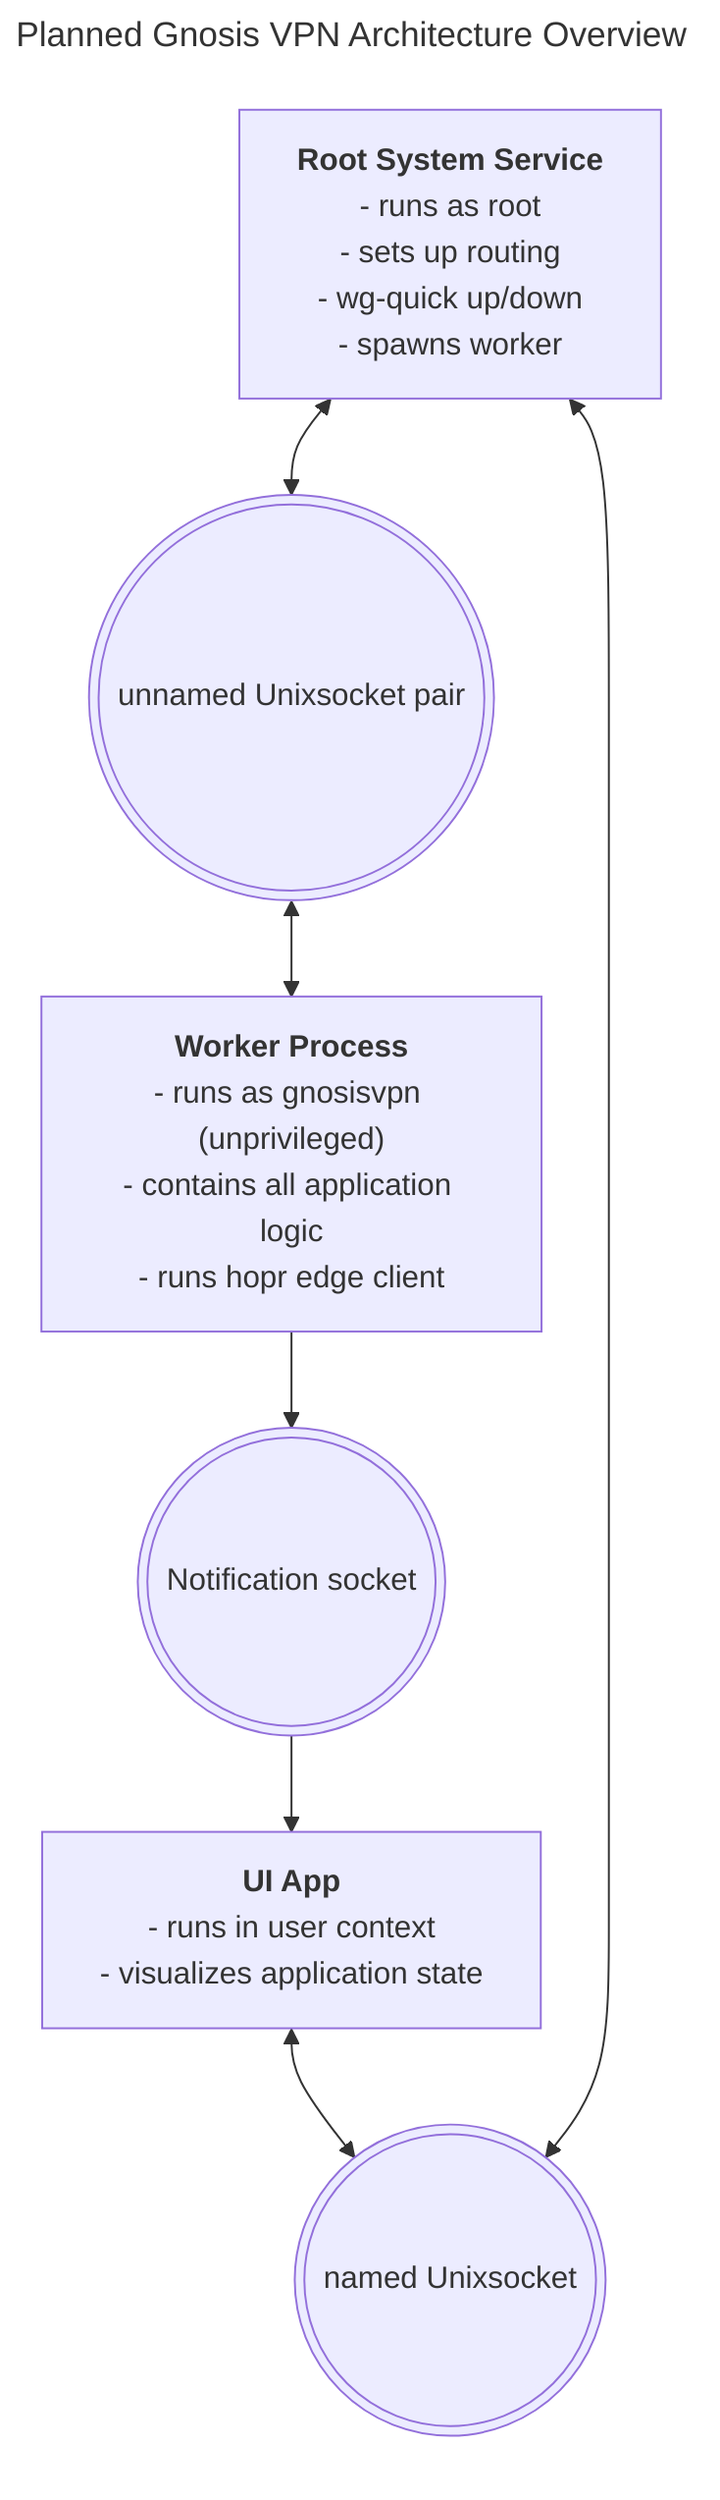
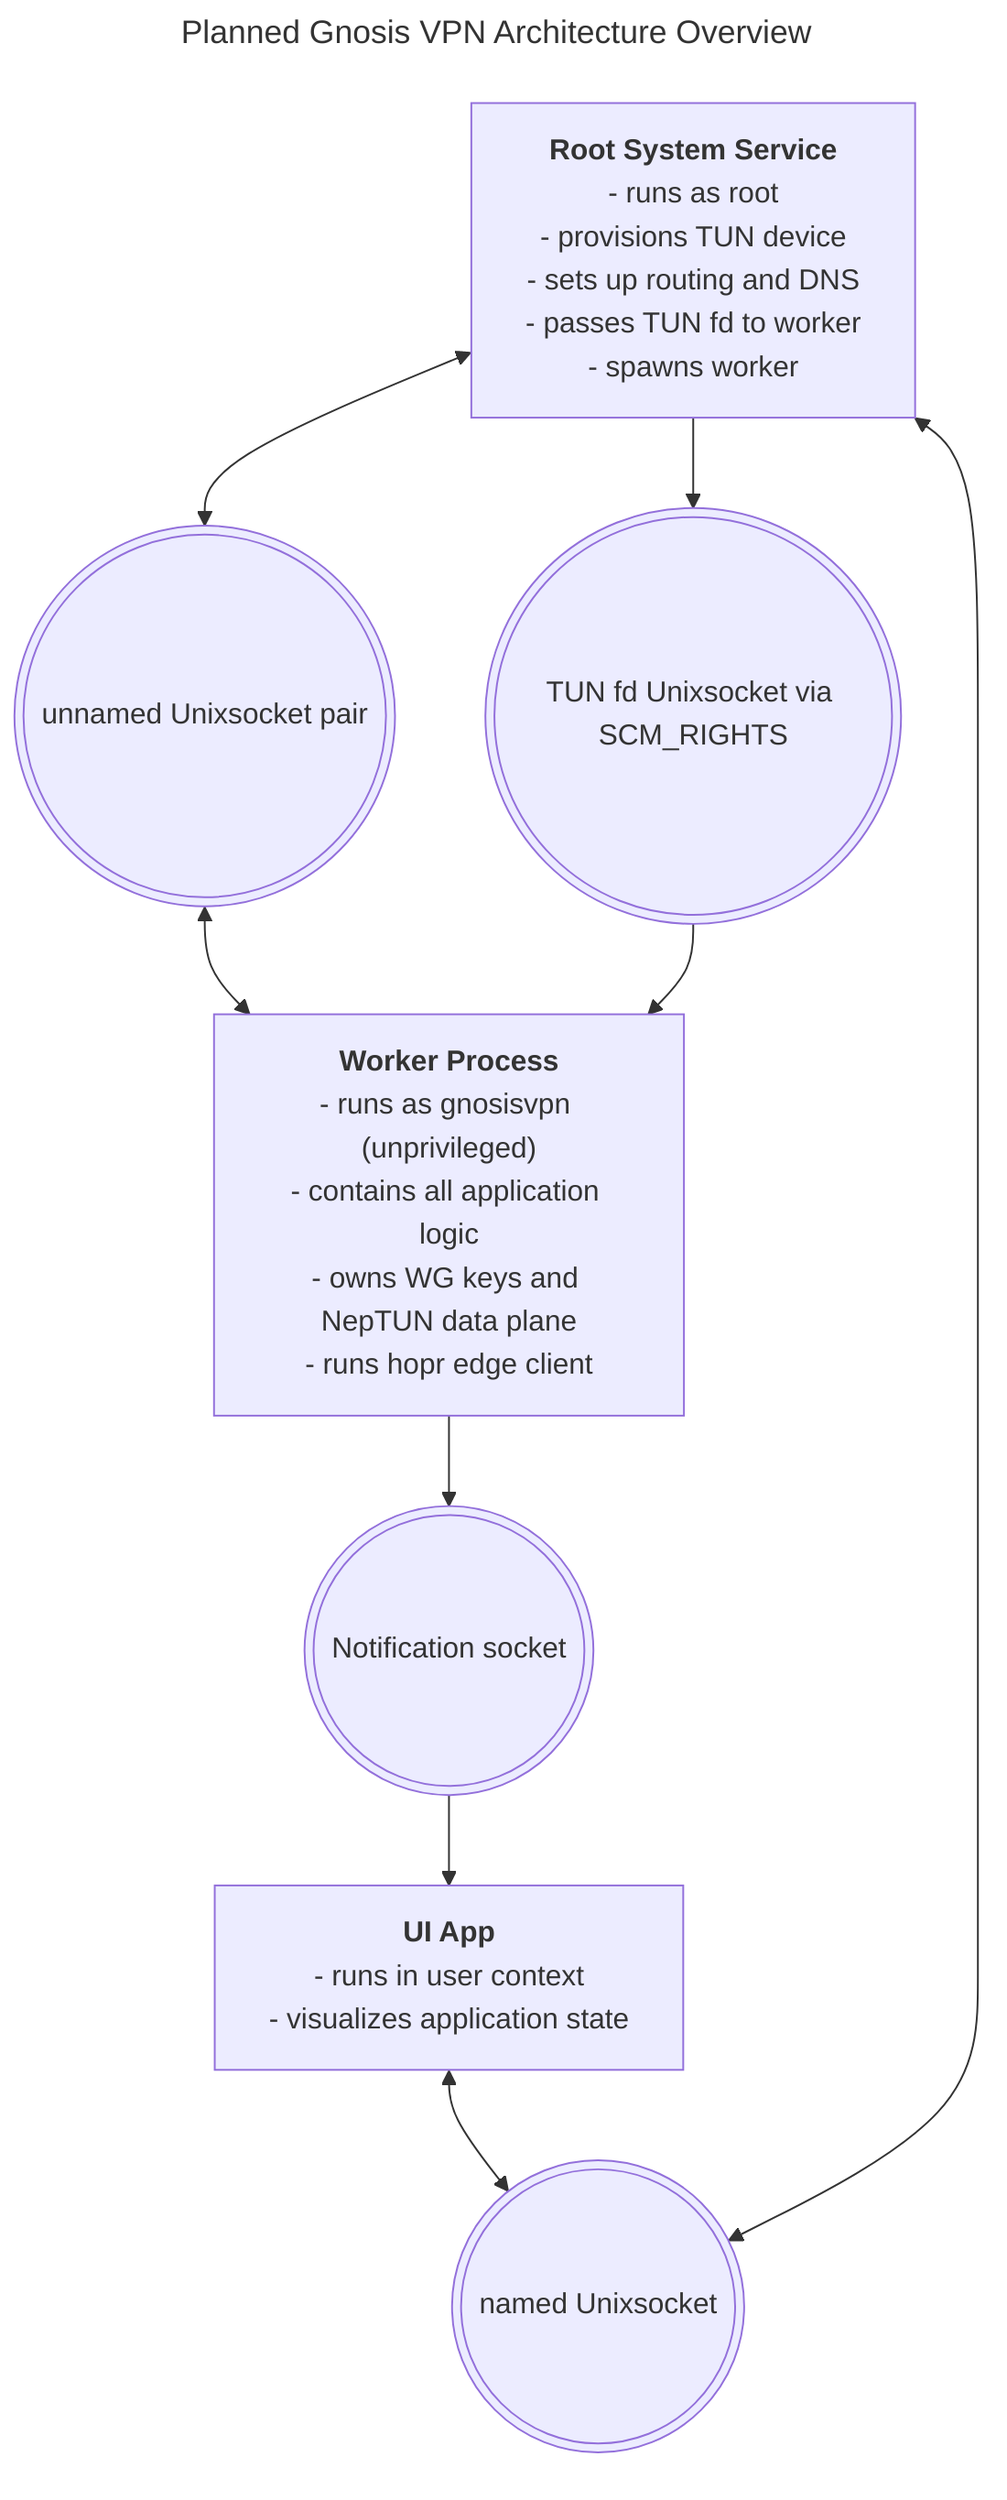
---
title: Planned Gnosis VPN Architecture Overview
---
flowchart
    UI["`**UI App**
    - runs in user context
    - visualizes application state
    `"]
    Root["`**Root System Service**
    - runs as root
-     - sets up routing
-     - wg-quick up/down
+     - provisions TUN device
+     - sets up routing and DNS
+     - passes TUN fd to worker
    - spawns worker
    `" ]
    Worker["`**Worker Process**
    - runs as gnosisvpn (unprivileged)
    - contains all application logic
+     - owns WG keys and NepTUN data plane
    - runs hopr edge client
    `"]
    SystemSocket(((named Unixsocket)))
    WorkerSocket(((unnamed Unixsocket pair)))
+     TunFdSocket(((TUN fd Unixsocket via SCM_RIGHTS)))
    NotificationSocket(((Notification socket)))
    UI <--> SystemSocket
    Root <--> SystemSocket
    Root <--> WorkerSocket
    WorkerSocket <--> Worker
+     Root --> TunFdSocket
+     TunFdSocket --> Worker
    Worker --> NotificationSocket
    NotificationSocket --> UI
